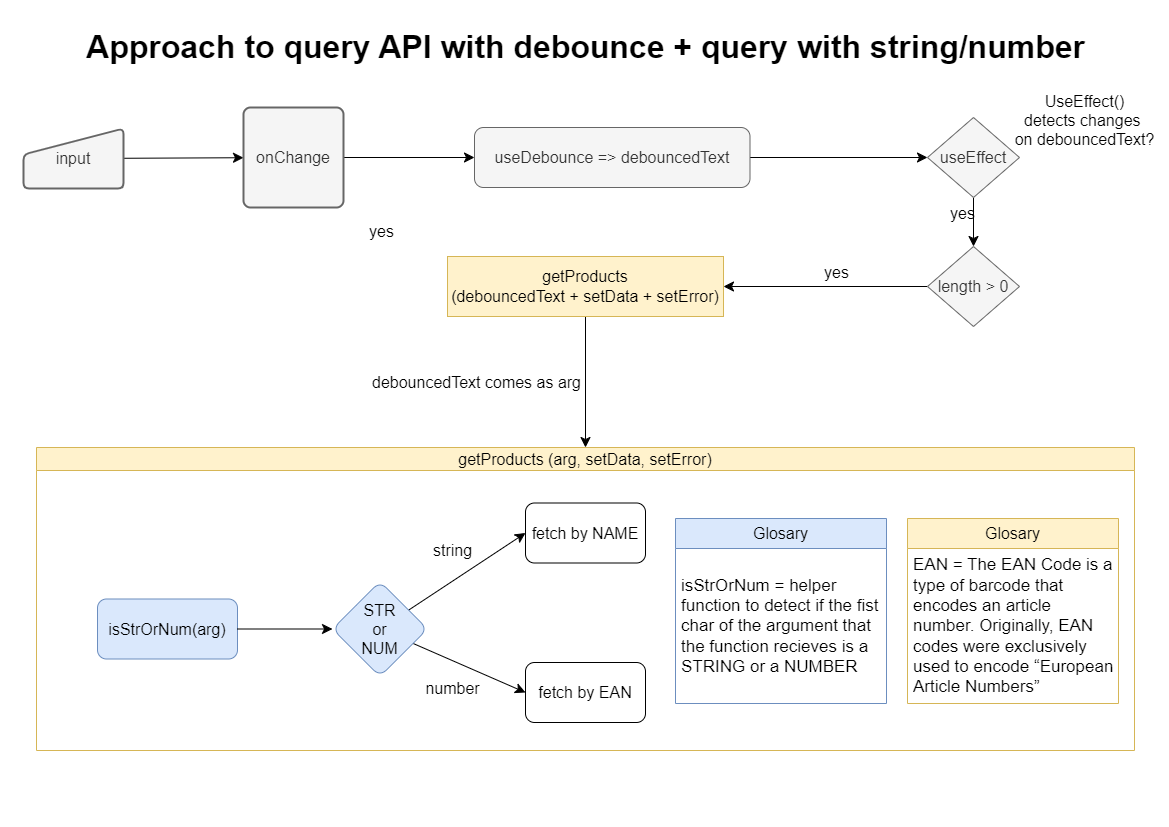
Before: inventory-manager/src/assets/debouncedFlowchart.png, a diagram exported from draw.io (santiagomanso/ZombieMarkt). Source tidied: cells renumbered, new cells last; positions are measured from the earlier drawing's top-left corner, leaving out a move shared by most shapes. Source of this version:
```xml
<mxGraphModel>
  <root>
    <mxCell id="0" />
    <mxCell id="1" parent="0" />
    <mxCell id="2" value="&lt;h1&gt;Approach to query API with debounce + query with string/number&lt;/h1&gt;" style="text;html=1;align=center;verticalAlign=middle;strokeColor=none;fillColor=none;fontSize=16;" parent="1" vertex="1">
      <mxGeometry x="53" width="1017" height="93" as="geometry" />
    </mxCell>
    <mxCell id="3" style="edgeStyle=none;curved=1;rounded=0;jettySize=auto;html=1;exitX=1;exitY=0.5;exitDx=0;exitDy=0;entryX=0;entryY=0.5;entryDx=0;entryDy=0;fontSize=12;startSize=8;endSize=8;" parent="1" edge="1" source="4" target="7">
      <mxGeometry relative="1" as="geometry" />
    </mxCell>
    <mxCell id="4" value="useDebounce =&amp;gt; debouncedText" style="rounded=1;whiteSpace=wrap;html=1;fontSize=16;fillColor=#f5f5f5;fontColor=#333333;strokeColor=#666666;" parent="1" vertex="1">
      <mxGeometry x="451" y="127" width="275.5" height="60" as="geometry" />
    </mxCell>
    <mxCell id="5" value="yes" style="text;html=1;align=center;verticalAlign=middle;strokeColor=none;fillColor=none;fontSize=16;" parent="1" vertex="1">
      <mxGeometry x="336" y="215" width="43" height="31" as="geometry" />
    </mxCell>
    <mxCell id="6" style="edgeStyle=none;curved=1;rounded=0;jettySize=auto;html=1;entryX=0.5;entryY=0;entryDx=0;entryDy=0;fontSize=12;startSize=8;endSize=8;" parent="1" edge="1" source="7" target="31">
      <mxGeometry relative="1" as="geometry" />
    </mxCell>
    <mxCell id="7" value="useEffect" style="rhombus;whiteSpace=wrap;html=1;fontSize=16;fillColor=#f5f5f5;strokeColor=#666666;fontColor=#333333;" parent="1" vertex="1">
      <mxGeometry x="904" y="117" width="92" height="80" as="geometry" />
    </mxCell>
    <mxCell id="8" value="UseEffect()&lt;br&gt;detects changes&amp;nbsp;&lt;br&gt;on debouncedText?" style="text;html=1;align=center;verticalAlign=middle;strokeColor=none;fillColor=none;fontSize=16;" parent="1" vertex="1">
      <mxGeometry x="982" y="85" width="158" height="70" as="geometry" />
    </mxCell>
    <mxCell id="9" value="yes" style="text;html=1;align=center;verticalAlign=middle;strokeColor=none;fillColor=none;fontSize=16;" parent="1" vertex="1">
      <mxGeometry x="917" y="197" width="43" height="31" as="geometry" />
    </mxCell>
    <mxCell id="10" style="edgeStyle=none;curved=1;rounded=0;jettySize=auto;html=1;fontSize=12;startSize=8;endSize=8;" parent="1" edge="1" source="11" target="15">
      <mxGeometry relative="1" as="geometry" />
    </mxCell>
    <mxCell id="11" value="input" style="html=1;strokeWidth=2;shape=manualInput;whiteSpace=wrap;rounded=1;size=26;arcSize=11;fontSize=16;fillColor=#f5f5f5;fontColor=#333333;strokeColor=#666666;" parent="1" vertex="1">
      <mxGeometry y="128" width="100" height="60" as="geometry" />
    </mxCell>
    <mxCell id="12" style="edgeStyle=none;curved=1;rounded=0;jettySize=auto;html=1;fontSize=12;startSize=8;endSize=8;" parent="1" edge="1" source="13" target="16">
      <mxGeometry relative="1" as="geometry" />
    </mxCell>
    <mxCell id="13" value="getProducts&lt;br&gt;(debouncedText + setData + setError)" style="whiteSpace=wrap;html=1;fontSize=16;fillColor=#fff2cc;strokeColor=#d6b656;" parent="1" vertex="1">
      <mxGeometry x="424" y="256" width="276" height="60" as="geometry" />
    </mxCell>
    <mxCell id="14" style="edgeStyle=none;curved=1;rounded=0;jettySize=auto;html=1;fontSize=12;startSize=8;endSize=8;" parent="1" edge="1" source="15" target="4">
      <mxGeometry relative="1" as="geometry" />
    </mxCell>
    <mxCell id="15" value="onChange" style="rounded=1;whiteSpace=wrap;html=1;absoluteArcSize=1;arcSize=14;strokeWidth=2;fontSize=16;fillColor=#f5f5f5;fontColor=#333333;strokeColor=#666666;" parent="1" vertex="1">
      <mxGeometry x="220" y="107" width="100" height="100" as="geometry" />
    </mxCell>
    <mxCell id="16" value="getProducts (arg, setData, setError)" style="swimlane;whiteSpace=wrap;html=1;fontSize=16;fillColor=#fff2cc;strokeColor=#d6b656;fontColor=default;fontStyle=0;" parent="1" vertex="1">
      <mxGeometry x="13" y="447" width="1098" height="303" as="geometry" />
    </mxCell>
    <mxCell id="17" style="edgeStyle=none;curved=1;rounded=0;jettySize=auto;html=1;entryX=0;entryY=0.5;entryDx=0;entryDy=0;fontSize=12;startSize=8;endSize=8;" parent="16" edge="1" source="19" target="25">
      <mxGeometry relative="1" as="geometry" />
    </mxCell>
    <mxCell id="18" style="edgeStyle=none;curved=1;rounded=0;jettySize=auto;html=1;entryX=0;entryY=0.5;entryDx=0;entryDy=0;fontSize=12;startSize=8;endSize=8;" parent="16" edge="1" source="19" target="24">
      <mxGeometry relative="1" as="geometry" />
    </mxCell>
    <mxCell id="19" value="STR&lt;br&gt;or&lt;br&gt;NUM" style="rhombus;whiteSpace=wrap;html=1;fontSize=16;rounded=1;fillColor=#dae8fc;strokeColor=#6c8ebf;" parent="16" vertex="1">
      <mxGeometry x="296" y="134" width="95" height="95" as="geometry" />
    </mxCell>
    <mxCell id="20" value="isStrOrNum(arg)" style="rounded=1;whiteSpace=wrap;html=1;fontSize=16;fillColor=#dae8fc;strokeColor=#6c8ebf;" parent="16" vertex="1">
      <mxGeometry x="61" y="151.5" width="140" height="60" as="geometry" />
    </mxCell>
    <mxCell id="21" style="edgeStyle=none;curved=1;rounded=0;jettySize=auto;html=1;fontSize=12;startSize=8;endSize=8;" parent="16" edge="1" source="20" target="19">
      <mxGeometry relative="1" as="geometry" />
    </mxCell>
    <mxCell id="22" value="string" style="text;html=1;align=center;verticalAlign=middle;strokeColor=none;fillColor=none;fontSize=16;" parent="16" vertex="1">
      <mxGeometry x="387.5" y="87" width="57" height="31" as="geometry" />
    </mxCell>
    <mxCell id="23" value="number" style="text;html=1;align=center;verticalAlign=middle;strokeColor=none;fillColor=none;fontSize=16;" parent="16" vertex="1">
      <mxGeometry x="380" y="225" width="72" height="31" as="geometry" />
    </mxCell>
    <mxCell id="24" value="fetch by NAME" style="whiteSpace=wrap;html=1;fontSize=16;rounded=1;" parent="16" vertex="1">
      <mxGeometry x="489" y="55.5" width="120" height="60" as="geometry" />
    </mxCell>
    <mxCell id="25" value="fetch by EAN" style="whiteSpace=wrap;html=1;fontSize=16;rounded=1;" parent="16" vertex="1">
      <mxGeometry x="489" y="215" width="120" height="60" as="geometry" />
    </mxCell>
    <mxCell id="26" value="Glosary" style="swimlane;fontStyle=0;horizontal=1;startSize=30;whiteSpace=wrap;html=1;fontSize=16;fillColor=#fff2cc;strokeColor=#d6b656;" parent="16" vertex="1">
      <mxGeometry x="871" y="71" width="211" height="185" as="geometry" />
    </mxCell>
    <mxCell id="27" value="&lt;font style=&quot;font-size: 17px;&quot;&gt;EAN =&amp;nbsp;&lt;font style=&quot;font-size: 17px;&quot;&gt;The EAN Code is a type of barcode that encodes an article number. Originally, EAN codes were exclusively used to encode “European Article Numbers”&lt;/font&gt;&lt;/font&gt;" style="text;strokeColor=none;fillColor=none;align=left;verticalAlign=middle;spacingLeft=4;spacingRight=4;overflow=hidden;whiteSpace=wrap;html=1;fontSize=16;" parent="26" vertex="1">
      <mxGeometry y="30" width="211" height="155" as="geometry" />
    </mxCell>
    <mxCell id="28" value="Glosary" style="swimlane;fontStyle=0;horizontal=1;startSize=30;whiteSpace=wrap;html=1;fontSize=16;fillColor=#dae8fc;strokeColor=#6c8ebf;" parent="16" vertex="1">
      <mxGeometry x="639" y="71" width="211" height="185" as="geometry" />
    </mxCell>
    <mxCell id="29" value="&lt;span style=&quot;font-size: 17px;&quot;&gt;isStrOrNum = helper function to detect if the fist char of the argument that the function recieves is a STRING or a NUMBER&lt;/span&gt;" style="text;strokeColor=none;fillColor=none;align=left;verticalAlign=middle;spacingLeft=4;spacingRight=4;overflow=hidden;whiteSpace=wrap;html=1;fontSize=16;" parent="28" vertex="1">
      <mxGeometry y="30" width="211" height="155" as="geometry" />
    </mxCell>
    <mxCell id="30" style="edgeStyle=none;curved=1;rounded=0;jettySize=auto;html=1;fontSize=12;startSize=8;endSize=8;" parent="1" edge="1" source="31" target="13">
      <mxGeometry relative="1" as="geometry" />
    </mxCell>
    <mxCell id="31" value="length &amp;gt; 0" style="rhombus;whiteSpace=wrap;html=1;fontSize=16;fillColor=#f5f5f5;strokeColor=#666666;fontColor=#333333;" parent="1" vertex="1">
      <mxGeometry x="904" y="246" width="92" height="80" as="geometry" />
    </mxCell>
    <mxCell id="32" value="yes" style="text;html=1;align=center;verticalAlign=middle;strokeColor=none;fillColor=none;fontSize=16;" parent="1" vertex="1">
      <mxGeometry x="791" y="256" width="43" height="31" as="geometry" />
    </mxCell>
    <mxCell id="33" value="debouncedText comes as arg" style="text;html=1;align=center;verticalAlign=middle;strokeColor=none;fillColor=none;fontSize=16;" parent="1" vertex="1">
      <mxGeometry x="339" y="366" width="227" height="31" as="geometry" />
    </mxCell>
  </root>
</mxGraphModel>
```
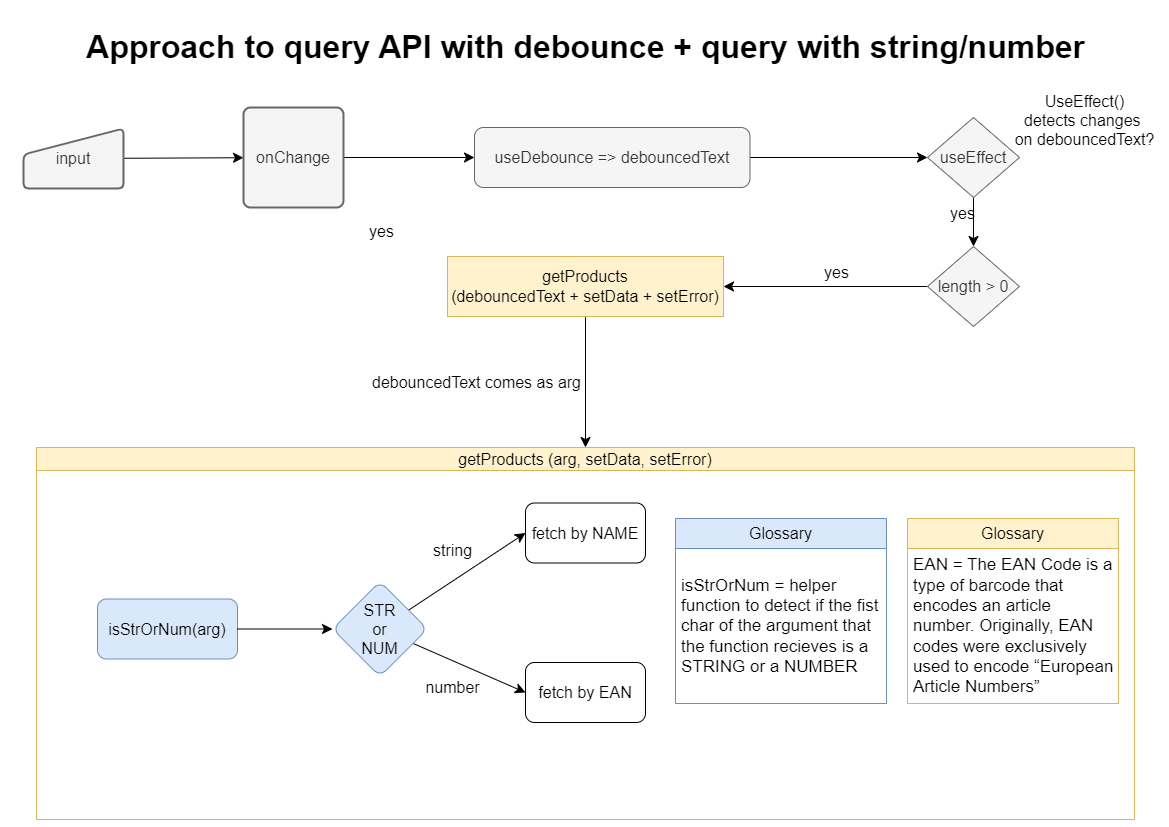
After the change.

Commit message:
📝 fixed typo on filename

What changed in the source:
```diff
@@ -45,7 +45,7 @@
       <mxGeometry x="220" y="107" width="100" height="100" as="geometry" />
     </mxCell>
     <mxCell id="16" value="getProducts (arg, setData, setError)" style="swimlane;whiteSpace=wrap;html=1;fontSize=16;fillColor=#fff2cc;strokeColor=#d6b656;fontColor=default;fontStyle=0;" parent="1" vertex="1">
-      <mxGeometry x="13" y="447" width="1098" height="303" as="geometry" />
+      <mxGeometry x="13" y="447" width="1098" height="372" as="geometry" />
     </mxCell>
     <mxCell id="17" style="edgeStyle=none;curved=1;rounded=0;jettySize=auto;html=1;entryX=0;entryY=0.5;entryDx=0;entryDy=0;fontSize=12;startSize=8;endSize=8;" parent="16" edge="1" source="19" target="25">
       <mxGeometry relative="1" as="geometry" />
@@ -74,13 +74,13 @@
     <mxCell id="25" value="fetch by EAN" style="whiteSpace=wrap;html=1;fontSize=16;rounded=1;" parent="16" vertex="1">
       <mxGeometry x="489" y="215" width="120" height="60" as="geometry" />
     </mxCell>
-    <mxCell id="26" value="Glosary" style="swimlane;fontStyle=0;horizontal=1;startSize=30;whiteSpace=wrap;html=1;fontSize=16;fillColor=#fff2cc;strokeColor=#d6b656;" parent="16" vertex="1">
+    <mxCell id="26" value="Glossary" style="swimlane;fontStyle=0;horizontal=1;startSize=30;whiteSpace=wrap;html=1;fontSize=16;fillColor=#fff2cc;strokeColor=#d6b656;" parent="16" vertex="1">
       <mxGeometry x="871" y="71" width="211" height="185" as="geometry" />
     </mxCell>
     <mxCell id="27" value="&lt;font style=&quot;font-size: 17px;&quot;&gt;EAN =&amp;nbsp;&lt;font style=&quot;font-size: 17px;&quot;&gt;The EAN Code is a type of barcode that encodes an article number. Originally, EAN codes were exclusively used to encode “European Article Numbers”&lt;/font&gt;&lt;/font&gt;" style="text;strokeColor=none;fillColor=none;align=left;verticalAlign=middle;spacingLeft=4;spacingRight=4;overflow=hidden;whiteSpace=wrap;html=1;fontSize=16;" parent="26" vertex="1">
       <mxGeometry y="30" width="211" height="155" as="geometry" />
     </mxCell>
-    <mxCell id="28" value="Glosary" style="swimlane;fontStyle=0;horizontal=1;startSize=30;whiteSpace=wrap;html=1;fontSize=16;fillColor=#dae8fc;strokeColor=#6c8ebf;" parent="16" vertex="1">
+    <mxCell id="28" value="Glossary" style="swimlane;fontStyle=0;horizontal=1;startSize=30;whiteSpace=wrap;html=1;fontSize=16;fillColor=#dae8fc;strokeColor=#6c8ebf;" parent="16" vertex="1">
       <mxGeometry x="639" y="71" width="211" height="185" as="geometry" />
     </mxCell>
     <mxCell id="29" value="&lt;span style=&quot;font-size: 17px;&quot;&gt;isStrOrNum = helper function to detect if the fist char of the argument that the function recieves is a STRING or a NUMBER&lt;/span&gt;" style="text;strokeColor=none;fillColor=none;align=left;verticalAlign=middle;spacingLeft=4;spacingRight=4;overflow=hidden;whiteSpace=wrap;html=1;fontSize=16;" parent="28" vertex="1">
```
